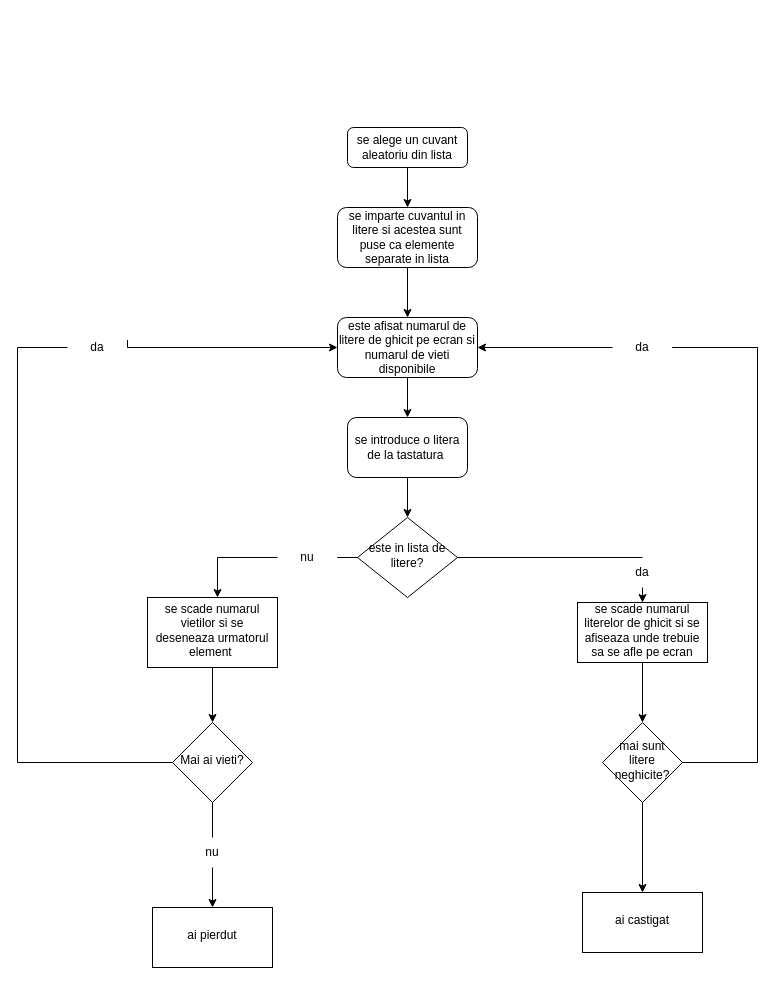
This is diagram/Diagramă fără titlu.drawio from 26Helly10/Hangman_word_game-, a draw.io file, before an edit. Source tidied: cells renumbered, new cells numbered last; positions are measured from the earlier drawing's top-left corner, leaving out a move shared by most shapes. Both pictures are drawn from the tidied source at 100%, with x=0, y=0 at pixel (17, 127).
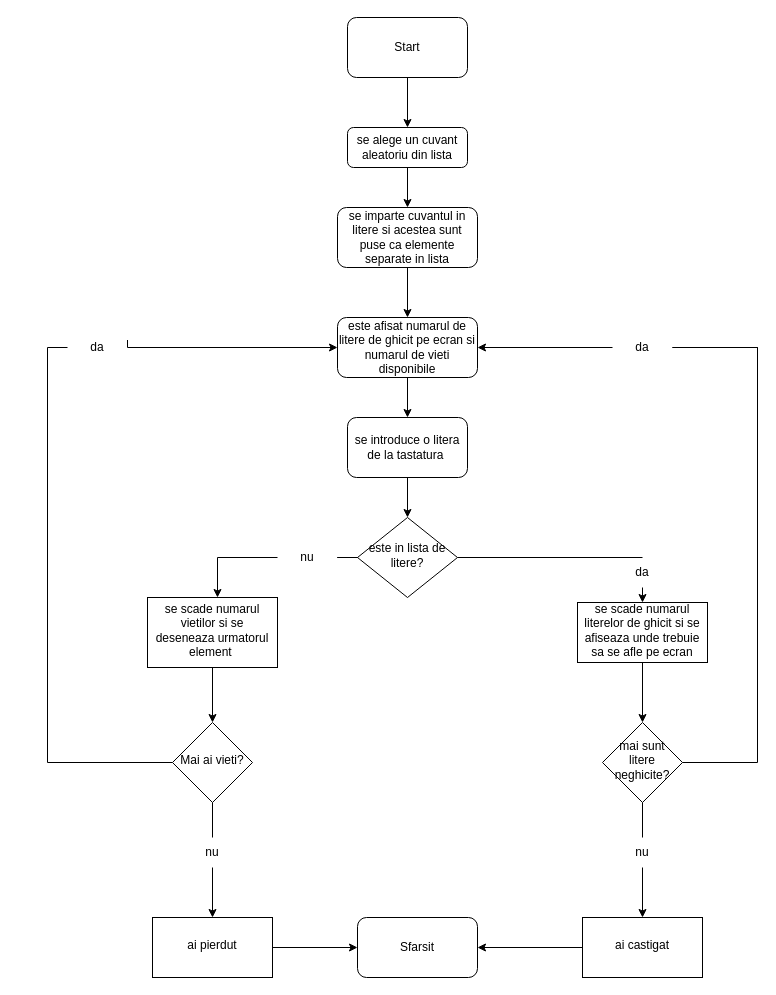
After the change.

Unchanged cells that the change refers to:
```xml
<mxCell id="3" value="se alege un cuvant aleatoriu din lista" style="rounded=1;whiteSpace=wrap;html=1;fontSize=12;glass=0;strokeWidth=1;shadow=0;" parent="1" vertex="1">
  <mxGeometry x="330" width="120" height="40" as="geometry" />
</mxCell>
<mxCell id="16" value="mai sunt litere neghicite?" style="rhombus;whiteSpace=wrap;html=1;shadow=0;strokeWidth=1;spacing=6;spacingTop=-4;" parent="1" vertex="1">
  <mxGeometry x="585" y="595" width="80" height="80" as="geometry" />
</mxCell>
<mxCell id="29" value="Mai ai vieti?" style="rhombus;whiteSpace=wrap;html=1;shadow=0;strokeWidth=1;spacing=6;spacingTop=-4;" parent="1" vertex="1">
  <mxGeometry x="155" y="595" width="80" height="80" as="geometry" />
</mxCell>
<mxCell id="35" value="da" style="text;html=1;strokeColor=none;fillColor=none;align=center;verticalAlign=middle;whiteSpace=wrap;rounded=0;" parent="1" vertex="1">
  <mxGeometry x="50" y="205" width="60" height="30" as="geometry" />
</mxCell>
```

The edit, as a diff of the source:
```diff
@@
-    <mxCell id="15" style="edgeStyle=orthogonalEdgeStyle;rounded=0;jettySize=auto;html=1;" parent="1" edge="1" source="16" target="32">
+    <mxCell id="15" style="edgeStyle=orthogonalEdgeStyle;rounded=0;jettySize=auto;html=1;startArrow=none;" parent="1" edge="1" source="41" target="32">
       <mxGeometry relative="1" as="geometry" />
     </mxCell>
@@
+    <mxCell id="36" style="edgeStyle=orthogonalEdgeStyle;rounded=0;jettySize=auto;html=1;entryX=0;entryY=0.5;entryDx=0;entryDy=0;" parent="1" edge="1" source="20" target="42">
+      <mxGeometry relative="1" as="geometry" />
+    </mxCell>
     <mxCell id="20" value="ai pierdut" style="whiteSpace=wrap;html=1;shadow=0;strokeWidth=1;spacing=6;spacingTop=-4;" parent="1" vertex="1">
-      <mxGeometry x="135" y="780" width="120" height="60" as="geometry" />
+      <mxGeometry x="135" y="790" width="120" height="60" as="geometry" />
     </mxCell>
@@
+    <mxCell id="37" style="edgeStyle=orthogonalEdgeStyle;rounded=0;jettySize=auto;html=1;entryX=1;entryY=0.5;entryDx=0;entryDy=0;" parent="1" edge="1" source="32" target="42">
+      <mxGeometry relative="1" as="geometry" />
+    </mxCell>
     <mxCell id="32" value="ai castigat" style="whiteSpace=wrap;html=1;shadow=0;strokeWidth=1;spacing=6;spacingTop=-4;" parent="1" vertex="1">
-      <mxGeometry x="565" y="765" width="120" height="60" as="geometry" />
+      <mxGeometry x="565" y="790" width="120" height="60" as="geometry" />
     </mxCell>
@@
     <mxCell id="34" style="edgeStyle=orthogonalEdgeStyle;rounded=0;jettySize=auto;html=1;entryX=0;entryY=0.5;entryDx=0;entryDy=0;endArrow=none;" parent="1" edge="1" source="29" target="35">
       <mxGeometry relative="1" as="geometry">
         <Array as="points">
-          <mxPoint y="635" />
-          <mxPoint y="220" />
+          <mxPoint x="30" y="635" />
+          <mxPoint x="30" y="220" />
         </Array>
       </mxGeometry>
     </mxCell>
@@
+    <mxCell id="38" style="edgeStyle=orthogonalEdgeStyle;rounded=0;jettySize=auto;html=1;entryX=0.5;entryY=0;entryDx=0;entryDy=0;" parent="1" edge="1" source="39" target="3">
+      <mxGeometry relative="1" as="geometry" />
+    </mxCell>
+    <mxCell id="39" value="Start" style="rounded=1;whiteSpace=wrap;html=1;" parent="1" vertex="1">
+      <mxGeometry x="330" y="-110" width="120" height="60" as="geometry" />
+    </mxCell>
+    <mxCell id="40" style="edgeStyle=orthogonalEdgeStyle;rounded=0;jettySize=auto;html=1;endArrow=none;" parent="1" edge="1" source="16" target="41">
+      <mxGeometry relative="1" as="geometry" />
+    </mxCell>
+    <mxCell id="41" value="nu" style="text;html=1;strokeColor=none;fillColor=none;align=center;verticalAlign=middle;whiteSpace=wrap;rounded=0;" parent="1" vertex="1">
+      <mxGeometry x="595" y="710" width="60" height="30" as="geometry" />
+    </mxCell>
+    <mxCell id="42" value="Sfarsit" style="rounded=1;whiteSpace=wrap;html=1;" parent="1" vertex="1">
+      <mxGeometry x="340" y="790" width="120" height="60" as="geometry" />
+    </mxCell>
```
